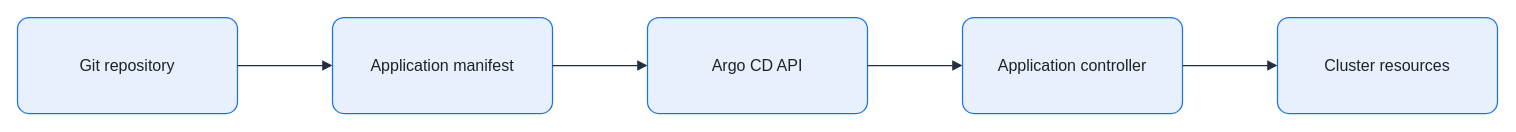
The draw.io diagram assets/img/ci-cd/argocd-declarative-application.drawio in KKamJi98/kkamji98.github.io, before the edit. Source tidied: cells renumbered, new cells numbered last; positions are measured from the earlier drawing's top-left corner, leaving out a move shared by most shapes. Both pictures are drawn from the tidied source at 100%, with x=0, y=0 at pixel (17, 17).
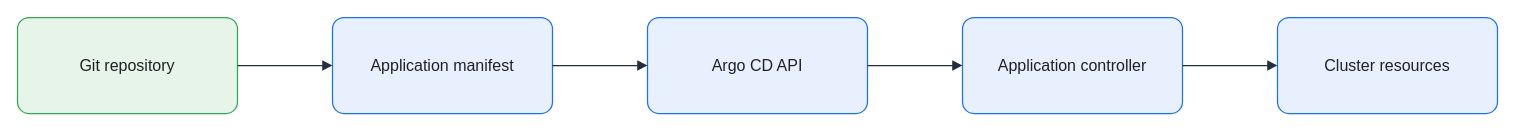
The same page after the edit.

Diff of the diagram source:
```diff
@@
 <mxGraphModel background="#FFFFFF">
   <root>
     <mxCell id="0" />
     <mxCell id="1" parent="0" />
-    <mxCell id="2" value="Git repository" style="rounded=1;arcSize=12;whiteSpace=wrap;html=0;fillColor=#E8F0FE;strokeColor=#1A73E8;strokeWidth=1.25;fontColor=#202124;fontSize=16;align=center;verticalAlign=middle;spacing=8;shadow=0;" parent="1" vertex="1">
+    <mxCell id="2" value="Git repository" style="rounded=1;arcSize=12;whiteSpace=wrap;html=0;fillColor=#E6F4EA;strokeColor=#34A853;strokeWidth=1.25;fontColor=#202124;fontSize=16;align=center;verticalAlign=middle;spacing=8;shadow=0;" parent="1" vertex="1">
       <mxGeometry width="220" height="96" as="geometry" />
     </mxCell>
     <mxCell id="3" value="Application manifest" style="rounded=1;arcSize=12;whiteSpace=wrap;html=0;fillColor=#E8F0FE;strokeColor=#1A73E8;strokeWidth=1.25;fontColor=#202124;fontSize=16;align=center;verticalAlign=middle;spacing=8;shadow=0;" parent="1" vertex="1">
       <mxGeometry x="315" width="220" height="96" as="geometry" />
     </mxCell>
     <mxCell id="4" value="Argo CD API" style="rounded=1;arcSize=12;whiteSpace=wrap;html=0;fillColor=#E8F0FE;strokeColor=#1A73E8;strokeWidth=1.25;fontColor=#202124;fontSize=16;align=center;verticalAlign=middle;spacing=8;shadow=0;" parent="1" vertex="1">
       <mxGeometry x="630" width="220" height="96" as="geometry" />
     </mxCell>
     <mxCell id="5" value="Application controller" style="rounded=1;arcSize=12;whiteSpace=wrap;html=0;fillColor=#E8F0FE;strokeColor=#1A73E8;strokeWidth=1.25;fontColor=#202124;fontSize=16;align=center;verticalAlign=middle;spacing=8;shadow=0;" parent="1" vertex="1">
       <mxGeometry x="945" width="220" height="96" as="geometry" />
     </mxCell>
     <mxCell id="6" value="Cluster resources" style="rounded=1;arcSize=12;whiteSpace=wrap;html=0;fillColor=#E8F0FE;strokeColor=#1A73E8;strokeWidth=1.25;fontColor=#202124;fontSize=16;align=center;verticalAlign=middle;spacing=8;shadow=0;" parent="1" vertex="1">
       <mxGeometry x="1260" width="220" height="96" as="geometry" />
     </mxCell>
     <mxCell id="7" style="edgeStyle=orthogonalEdgeStyle;rounded=0;jettySize=auto;html=0;endArrow=block;endFill=1;strokeColor=#232F3E;strokeWidth=1.25;fontColor=#202124;labelBackgroundColor=none;exitX=1;exitY=0.5;exitDx=0;exitDy=0;entryX=0;entryY=0.5;entryDx=0;entryDy=0;endSize=7;" parent="1" edge="1" source="2" target="3">
       <mxGeometry relative="1" as="geometry" />
     </mxCell>
     <mxCell id="8" style="edgeStyle=orthogonalEdgeStyle;rounded=0;jettySize=auto;html=0;endArrow=block;endFill=1;strokeColor=#232F3E;strokeWidth=1.25;fontColor=#202124;labelBackgroundColor=none;exitX=1;exitY=0.5;exitDx=0;exitDy=0;entryX=0;entryY=0.5;entryDx=0;entryDy=0;endSize=7;" parent="1" edge="1" source="3" target="4">
       <mxGeometry relative="1" as="geometry" />
     </mxCell>
     <mxCell id="9" style="edgeStyle=orthogonalEdgeStyle;rounded=0;jettySize=auto;html=0;endArrow=block;endFill=1;strokeColor=#232F3E;strokeWidth=1.25;fontColor=#202124;labelBackgroundColor=none;exitX=1;exitY=0.5;exitDx=0;exitDy=0;entryX=0;entryY=0.5;entryDx=0;entryDy=0;endSize=7;" parent="1" edge="1" source="4" target="5">
       <mxGeometry relative="1" as="geometry" />
     </mxCell>
     <mxCell id="10" style="edgeStyle=orthogonalEdgeStyle;rounded=0;jettySize=auto;html=0;endArrow=block;endFill=1;strokeColor=#232F3E;strokeWidth=1.25;fontColor=#202124;labelBackgroundColor=none;exitX=1;exitY=0.5;exitDx=0;exitDy=0;entryX=0;entryY=0.5;entryDx=0;entryDy=0;endSize=7;" parent="1" edge="1" source="5" target="6">
       <mxGeometry relative="1" as="geometry" />
     </mxCell>
   </root>
 </mxGraphModel>
```
